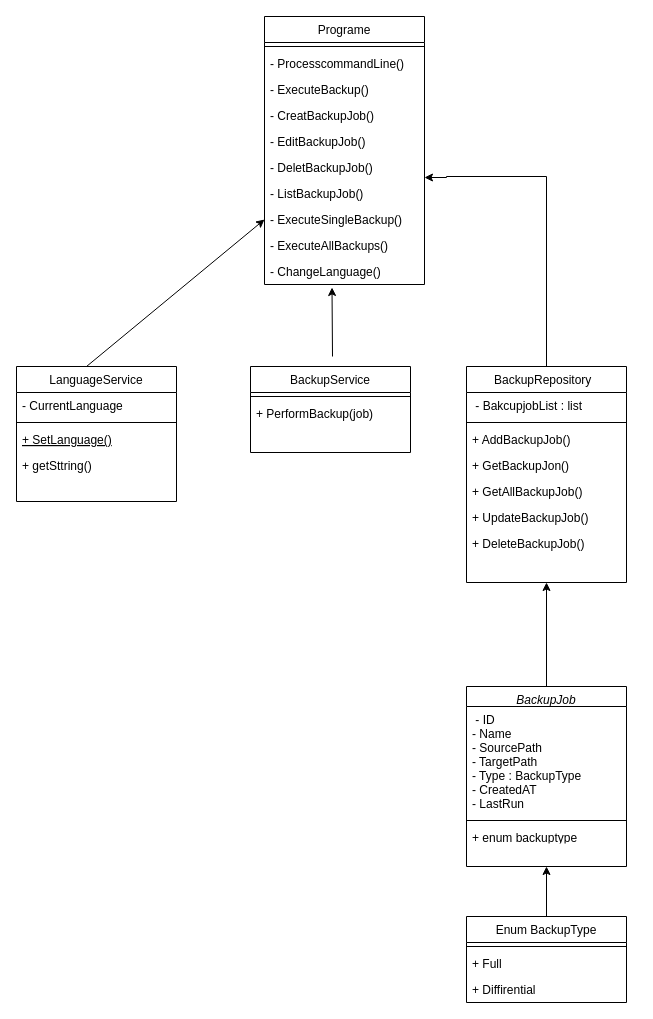
titaosahraoui/EasySave keeps this draw.io diagram as Resources/Diagramme de classe.drawio. Above is the earlier version. Source tidied: cells renumbered, new cells numbered last; positions are measured from the earlier drawing's top-left corner, leaving out a move shared by most shapes. Both pictures are drawn from the tidied source at 100%, with x=0, y=0 at pixel (16, 16).
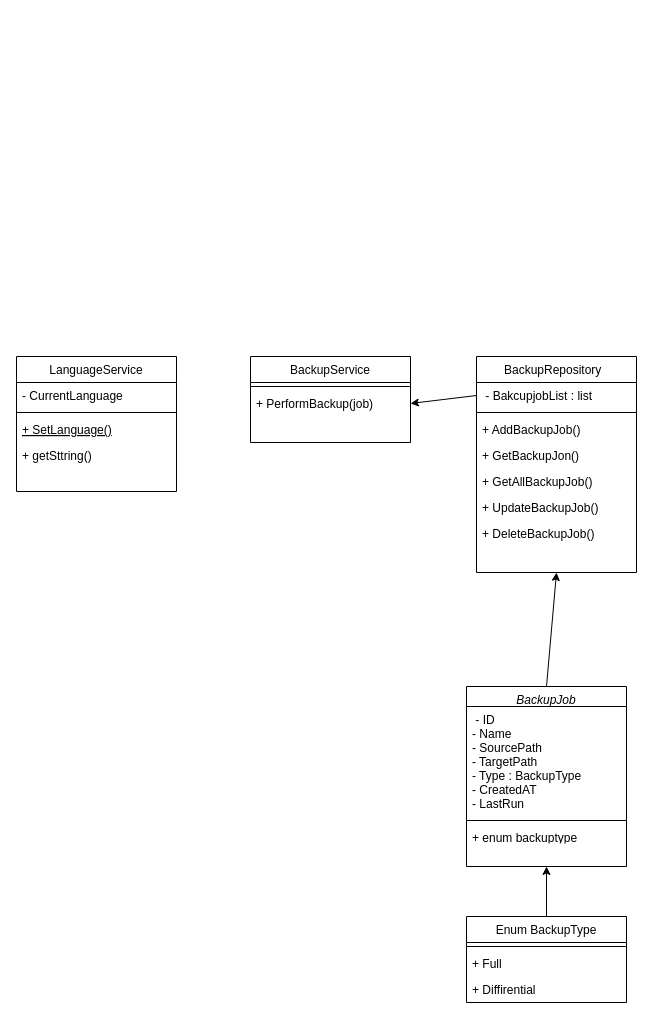
The same page after the edit.

Commit message:
update du diagrame de classe

The change refers to these unchanged cells:
```xml
<mxCell id="13" value="+ PerformBackup(job)" style="text;align=left;verticalAlign=top;spacingLeft=4;spacingRight=4;overflow=hidden;points=[[0,0.5],[1,0.5]];portConstraint=eastwest;" parent="11" vertex="1">
  <mxGeometry y="34" width="160" height="26" as="geometry" />
</mxCell>
<mxCell id="16" value=" - BakcupjobList : list" style="text;align=left;verticalAlign=top;spacingLeft=4;spacingRight=4;overflow=hidden;points=[[0,0.5],[1,0.5]];portConstraint=eastwest;" parent="15" vertex="1">
  <mxGeometry y="26" width="160" height="26" as="geometry" />
</mxCell>
```

What changed in the source:
```diff
@@
     <mxCell id="6" value="LanguageService" style="swimlane;fontStyle=0;align=center;verticalAlign=top;horizontal=1;startSize=26;rounded=0;shadow=0;strokeWidth=1;" parent="1" vertex="1">
-      <mxGeometry y="350" width="160" height="135" as="geometry" />
+      <mxGeometry y="340" width="160" height="135" as="geometry" />
     </mxCell>
@@
     <mxCell id="11" value="BackupService" style="swimlane;fontStyle=0;align=center;verticalAlign=top;horizontal=1;startSize=26;rounded=0;shadow=0;strokeWidth=1;" parent="1" vertex="1">
-      <mxGeometry x="234" y="350" width="160" height="86" as="geometry" />
+      <mxGeometry x="234" y="340" width="160" height="86" as="geometry" />
     </mxCell>
@@
-    <mxCell id="14" style="edgeStyle=orthogonalEdgeStyle;rounded=0;orthogonalLoop=1;jettySize=auto;html=1;exitX=0.5;exitY=0;exitDx=0;exitDy=0;entryX=1;entryY=0.5;entryDx=0;entryDy=0;" parent="1" edge="1">
-      <mxGeometry relative="1" as="geometry">
-        <mxPoint x="530" y="360" as="sourcePoint" />
-        <mxPoint x="408" y="161" as="targetPoint" />
-        <Array as="points">
-          <mxPoint x="530" y="160" />
-          <mxPoint x="430" y="160" />
-          <mxPoint x="430" y="161" />
-        </Array>
-      </mxGeometry>
-    </mxCell>
     <mxCell id="15" value="BackupRepository  " style="swimlane;fontStyle=0;align=center;verticalAlign=top;horizontal=1;startSize=26;rounded=0;shadow=0;strokeWidth=1;" parent="1" vertex="1">
-      <mxGeometry x="450" y="350" width="160" height="216" as="geometry" />
+      <mxGeometry x="460" y="340" width="160" height="216" as="geometry" />
     </mxCell>
@@
-    <mxCell id="23" value="Programe" style="swimlane;fontStyle=0;align=center;verticalAlign=top;horizontal=1;startSize=26;rounded=0;shadow=0;strokeWidth=1;" parent="1" vertex="1">
-      <mxGeometry x="248" width="160" height="268" as="geometry" />
-    </mxCell>
-    <mxCell id="24" style="line;html=1;strokeWidth=1;align=left;verticalAlign=middle;spacingTop=-1;spacingLeft=3;spacingRight=3;labelPosition=right;" parent="23" vertex="1">
-      <mxGeometry y="26" width="160" height="8" as="geometry" />
-    </mxCell>
-    <mxCell id="25" value="- ProcesscommandLine()" style="text;align=left;verticalAlign=top;spacingLeft=4;spacingRight=4;overflow=hidden;" parent="23" vertex="1">
-      <mxGeometry y="34" width="160" height="26" as="geometry" />
-    </mxCell>
-    <mxCell id="26" value="- ExecuteBackup()" style="text;align=left;verticalAlign=top;spacingLeft=4;spacingRight=4;overflow=hidden;" parent="23" vertex="1">
-      <mxGeometry y="60" width="160" height="26" as="geometry" />
-    </mxCell>
-    <mxCell id="27" value="- CreatBackupJob()" style="text;align=left;verticalAlign=top;spacingLeft=4;spacingRight=4;overflow=hidden;" parent="23" vertex="1">
-      <mxGeometry y="86" width="160" height="26" as="geometry" />
-    </mxCell>
-    <mxCell id="28" value="- EditBackupJob()" style="text;align=left;verticalAlign=top;spacingLeft=4;spacingRight=4;overflow=hidden;" parent="23" vertex="1">
-      <mxGeometry y="112" width="160" height="26" as="geometry" />
-    </mxCell>
-    <mxCell id="29" value="- DeletBackupJob()" style="text;align=left;verticalAlign=top;spacingLeft=4;spacingRight=4;overflow=hidden;" parent="23" vertex="1">
-      <mxGeometry y="138" width="160" height="26" as="geometry" />
-    </mxCell>
-    <mxCell id="30" value="- ListBackupJob()" style="text;align=left;verticalAlign=top;spacingLeft=4;spacingRight=4;overflow=hidden;" parent="23" vertex="1">
-      <mxGeometry y="164" width="160" height="26" as="geometry" />
-    </mxCell>
-    <mxCell id="31" value="- ExecuteSingleBackup()" style="text;align=left;verticalAlign=top;spacingLeft=4;spacingRight=4;overflow=hidden;points=[[0,0.5],[1,0.5]];portConstraint=eastwest;" parent="23" vertex="1">
-      <mxGeometry y="190" width="160" height="26" as="geometry" />
-    </mxCell>
-    <mxCell id="32" value="- ExecuteAllBackups()" style="text;align=left;verticalAlign=top;spacingLeft=4;spacingRight=4;overflow=hidden;" parent="23" vertex="1">
-      <mxGeometry y="216" width="160" height="26" as="geometry" />
-    </mxCell>
-    <mxCell id="33" value="- ChangeLanguage()" style="text;align=left;verticalAlign=top;spacingLeft=4;spacingRight=4;overflow=hidden;points=[[0,0.5],[1,0.5]];portConstraint=eastwest;" parent="23" vertex="1">
-      <mxGeometry y="242" width="160" height="26" as="geometry" />
-    </mxCell>
-    <mxCell id="34" style="endArrow=classic;html=1;rounded=0;entryX=0;entryY=0.5;entryDx=0;entryDy=0;" parent="1" edge="1" target="31">
-      <mxGeometry relative="1" as="geometry">
-        <mxPoint x="70" y="350" as="sourcePoint" />
-      </mxGeometry>
-    </mxCell>
-    <mxCell id="35" style="endArrow=classic;html=1;rounded=0;entryX=0.422;entryY=1.115;entryDx=0;entryDy=0;entryPerimeter=0;" parent="1" edge="1" target="33">
-      <mxGeometry relative="1" as="geometry">
-        <mxPoint x="316" y="340" as="sourcePoint" />
-      </mxGeometry>
-    </mxCell>
@@
+    <mxCell id="42" style="endArrow=classic;html=1;rounded=0;entryX=1;entryY=0.5;entryDx=0;entryDy=0;exitX=0;exitY=0.5;exitDx=0;exitDy=0;" parent="1" edge="1" source="16" target="13">
+      <mxGeometry relative="1" as="geometry" />
+    </mxCell>
```
